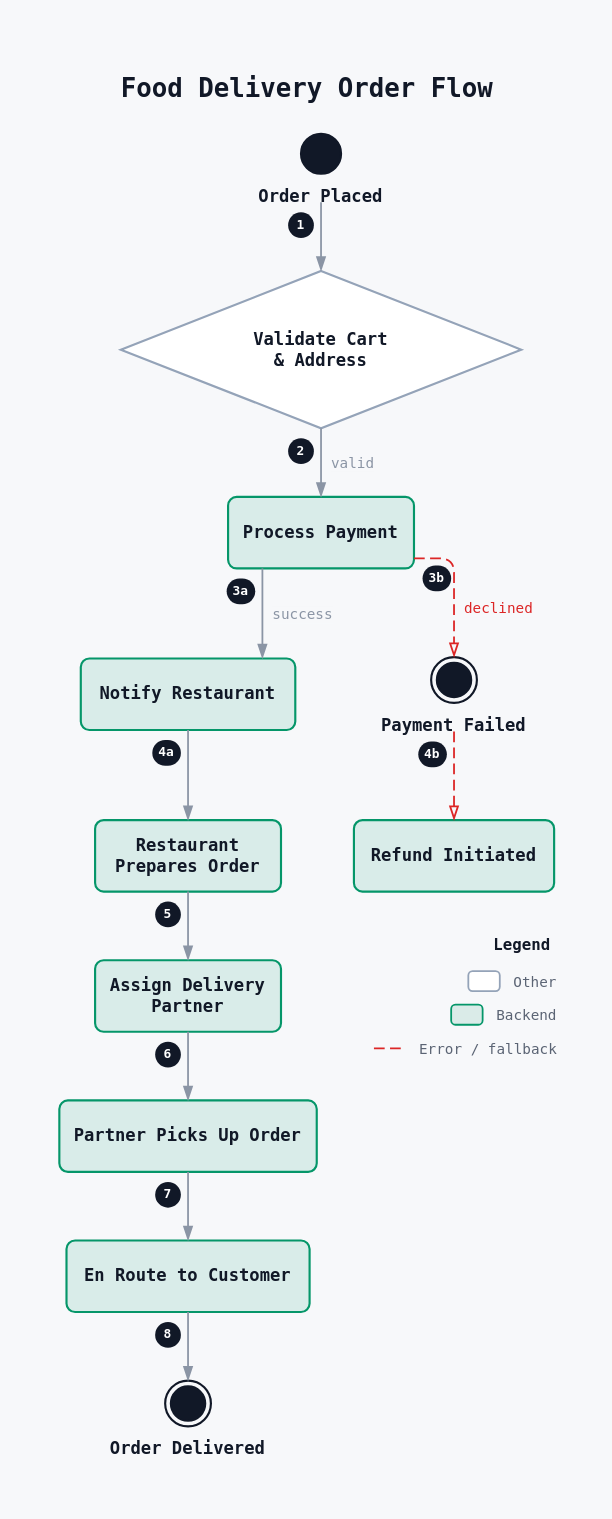
rg12301/rdg keeps this draw.io diagram as examples/swiggy_order_flow/swiggy_order_flow.drawio. Above is the earlier version. Source tidied: cells renumbered, new cells numbered last; positions are measured from the earlier drawing's top-left corner, leaving out a move shared by most shapes. Both pictures are drawn from the tidied source at 143%, with x=0, y=0 at pixel (24, 24).
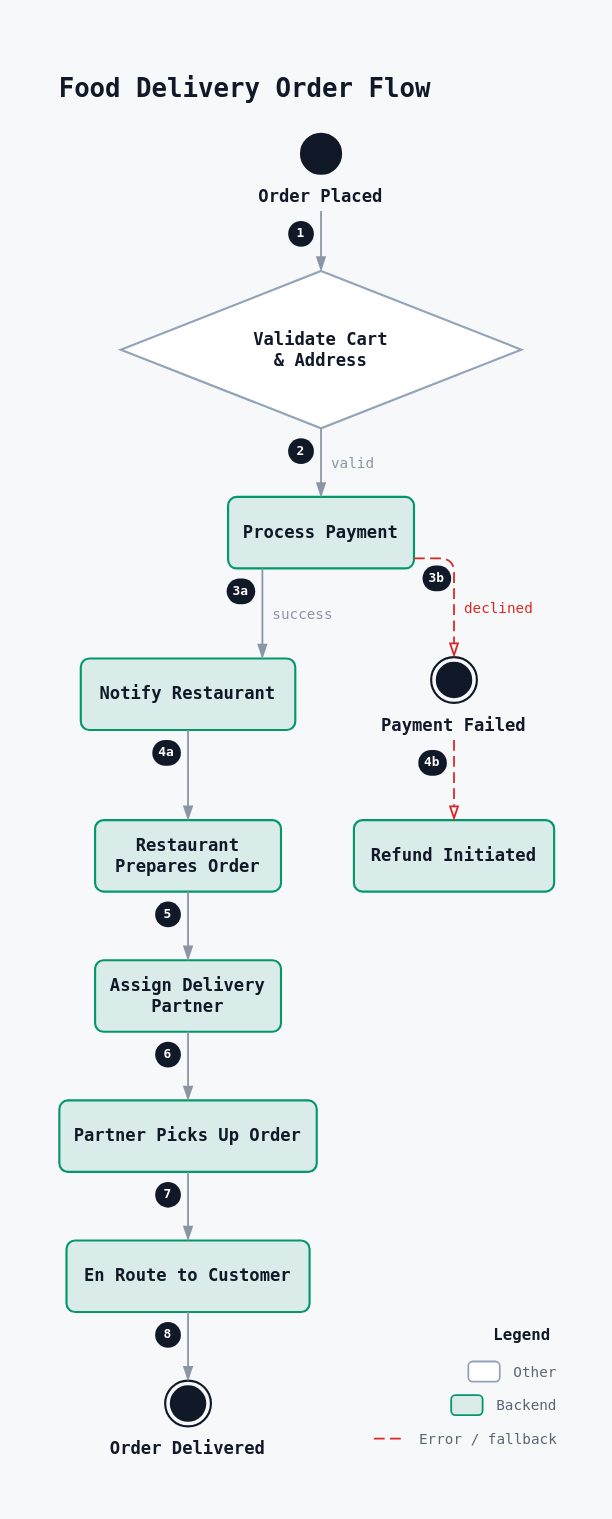
The same page after the edit.

Unchanged cells that the change refers to:
```xml
<mxCell id="4" value="&lt;b&gt;Order Placed&lt;/b&gt;" style="rounded=0;html=1;whiteSpace=wrap;fillColor=none;fillOpacity=100;strokeColor=none;strokeWidth=1.5;shadow=0;fontFamily=JetBrains Mono, ui-monospace, SFMono-Regular, Menlo, Consolas, monospace;fontSize=12;fontColor=#111827;fontStyle=0;align=center;verticalAlign=top;spacingTop=30;spacingBottom=0;spacingLeft=0;spacingRight=0;" parent="1" vertex="1">
  <mxGeometry x="159" y="76" width="96" height="48" as="geometry" />
</mxCell>
<mxCell id="6" value="&lt;b&gt;Validate Cart&lt;/b&gt;&lt;br/&gt;&lt;b&gt;&amp; Address&lt;/b&gt;" style="rhombus;html=1;whiteSpace=wrap;fillColor=#ffffff;fillOpacity=100;strokeColor=#94a3b8;strokeWidth=1.5;shadow=0;fontFamily=JetBrains Mono, ui-monospace, SFMono-Regular, Menlo, Consolas, monospace;fontSize=12;fontColor=#111827;fontStyle=0;align=center;verticalAlign=middle;spacingLeft=12;spacingRight=12;" parent="1" vertex="1">
  <mxGeometry x="67" y="172" width="280" height="110" as="geometry" />
</mxCell>
<mxCell id="15" value="&lt;b&gt;Payment Failed&lt;/b&gt;" style="rounded=0;html=1;whiteSpace=wrap;fillColor=none;fillOpacity=100;strokeColor=none;strokeWidth=1.5;shadow=0;fontFamily=JetBrains Mono, ui-monospace, SFMono-Regular, Menlo, Consolas, monospace;fontSize=12;fontColor=#111827;fontStyle=0;align=center;verticalAlign=top;spacingTop=34;spacingBottom=0;spacingLeft=0;spacingRight=0;" parent="1" vertex="1">
  <mxGeometry x="244" y="442" width="112" height="52" as="geometry" />
</mxCell>
<mxCell id="17" value="&lt;b&gt;Refund Initiated&lt;/b&gt;" style="rounded=1;absoluteArcSize=1;arcSize=12;html=1;whiteSpace=wrap;fillColor=#059669;fillOpacity=12;strokeColor=#059669;strokeWidth=1.5;shadow=0;fontFamily=JetBrains Mono, ui-monospace, SFMono-Regular, Menlo, Consolas, monospace;fontSize=12;fontColor=#111827;fontStyle=0;align=center;verticalAlign=middle;spacingTop=4;spacingBottom=4;spacingLeft=8;spacingRight=8;" parent="1" vertex="1">
  <mxGeometry x="230" y="556" width="140" height="50" as="geometry" />
</mxCell>
```

The edit, as a diff of the source:
```diff
@@
-    <mxCell id="3" value="&lt;b&gt;&lt;font style=&quot;font-size:18px;color:#111827;line-height:24px;&quot;&gt;Food Delivery Order Flow&lt;/font&gt;&lt;/b&gt;" style="text;html=1;strokeColor=none;fillColor=none;align=center;verticalAlign=top;rounded=0;whiteSpace=nowrap;spacing=0;fontFamily=JetBrains Mono, ui-monospace, SFMono-Regular, Menlo, Consolas, monospace;" parent="1" vertex="1">
-      <mxGeometry x="65" y="28" width="263.2" height="24.3" as="geometry" />
+    <mxCell id="3" value="&lt;b&gt;&lt;font style=&quot;font-size:18px;color:#111827;line-height:24px;&quot;&gt;Food Delivery Order Flow&lt;/font&gt;&lt;/b&gt;" style="text;html=1;strokeColor=none;fillColor=none;align=left;verticalAlign=top;rounded=0;whiteSpace=nowrap;spacing=0;fontFamily=JetBrains Mono, ui-monospace, SFMono-Regular, Menlo, Consolas, monospace;" parent="1" vertex="1">
+      <mxGeometry x="24" y="28" width="263.2" height="24.3" as="geometry" />
     </mxCell>
@@
     <mxCell id="18" value="1" style="rounded=1;arcSize=50;whiteSpace=wrap;html=1;fillColor=#111827;strokeColor=none;fontColor=#ffffff;fontSize=9;fontStyle=1;fontFamily=JetBrains Mono, ui-monospace, SFMono-Regular, Menlo, Consolas, monospace;spacing=0;" parent="1" vertex="1">
-      <mxGeometry x="184" y="131" width="18" height="18" as="geometry" />
+      <mxGeometry x="184" y="137" width="18" height="18" as="geometry" />
     </mxCell>
-    <mxCell id="19" style="exitX=0.50000;exitY=1.00000;exitDx=0;exitDy=0;exitPerimeter=0;entryX=0.50000;entryY=0.00000;entryDx=0;entryDy=0;entryPerimeter=0;edgeStyle=none;html=1;rounded=1;jumpStyle=arc;jumpSize=6;strokeColor=#8b95a5;strokeWidth=1.25;dashed=0;endArrow=blockThin;endFill=1;endSize=7;startArrow=none;labelBackgroundColor=#f7f8fa;labelBorderColor=none;fontFamily=JetBrains Mono, ui-monospace, SFMono-Regular, Menlo, Consolas, monospace;fontSize=10;fontColor=#8b95a5;" parent="1" edge="1" source="4" target="6">
+    <mxCell id="19" style="exitX=0.50000;exitY=1.12500;exitDx=0;exitDy=0;exitPerimeter=0;entryX=0.50000;entryY=0.00000;entryDx=0;entryDy=0;entryPerimeter=0;edgeStyle=none;html=1;rounded=1;jumpStyle=arc;jumpSize=6;strokeColor=#8b95a5;strokeWidth=1.25;dashed=0;endArrow=blockThin;endFill=1;endSize=7;startArrow=none;labelBackgroundColor=#f7f8fa;labelBorderColor=none;fontFamily=JetBrains Mono, ui-monospace, SFMono-Regular, Menlo, Consolas, monospace;fontSize=10;fontColor=#8b95a5;" parent="1" edge="1" source="4" target="6">
       <mxGeometry relative="1" as="geometry" />
     </mxCell>
@@
     <mxCell id="26" value="4b" style="rounded=1;arcSize=50;whiteSpace=wrap;html=1;fillColor=#111827;strokeColor=none;fontColor=#ffffff;fontSize=9;fontStyle=1;fontFamily=JetBrains Mono, ui-monospace, SFMono-Regular, Menlo, Consolas, monospace;spacing=0;" parent="1" vertex="1">
-      <mxGeometry x="275" y="501" width="20" height="18" as="geometry" />
+      <mxGeometry x="275" y="507" width="20" height="18" as="geometry" />
     </mxCell>
-    <mxCell id="27" style="exitX=0.50000;exitY=1.00000;exitDx=0;exitDy=0;exitPerimeter=0;entryX=0.50000;entryY=0.00000;entryDx=0;entryDy=0;entryPerimeter=0;edgeStyle=none;html=1;rounded=1;jumpStyle=arc;jumpSize=6;strokeColor=#dc2626;strokeWidth=1.25;dashed=1;dashPattern=6 3;endArrow=blockThin;endFill=0;endSize=7;startArrow=none;labelBackgroundColor=#f7f8fa;labelBorderColor=none;fontFamily=JetBrains Mono, ui-monospace, SFMono-Regular, Menlo, Consolas, monospace;fontSize=10;fontColor=#dc2626;" parent="1" edge="1" source="15" target="17">
+    <mxCell id="27" style="exitX=0.50000;exitY=1.11538;exitDx=0;exitDy=0;exitPerimeter=0;entryX=0.50000;entryY=0.00000;entryDx=0;entryDy=0;entryPerimeter=0;edgeStyle=none;html=1;rounded=1;jumpStyle=arc;jumpSize=6;strokeColor=#dc2626;strokeWidth=1.25;dashed=1;dashPattern=6 3;endArrow=blockThin;endFill=0;endSize=7;startArrow=none;labelBackgroundColor=#f7f8fa;labelBorderColor=none;fontFamily=JetBrains Mono, ui-monospace, SFMono-Regular, Menlo, Consolas, monospace;fontSize=10;fontColor=#dc2626;" parent="1" edge="1" source="15" target="17">
       <mxGeometry relative="1" as="geometry" />
     </mxCell>
@@
     <mxCell id="38" value="Legend" style="text;html=1;strokeColor=none;fillColor=none;align=left;verticalAlign=middle;whiteSpace=nowrap;fontFamily=JetBrains Mono, ui-monospace, SFMono-Regular, Menlo, Consolas, monospace;fontSize=11;fontColor=#111827;fontStyle=1;" parent="1" vertex="1">
-      <mxGeometry x="326.4" y="636" width="43.6" height="14.9" as="geometry" />
+      <mxGeometry x="326.4" y="909" width="43.6" height="14.9" as="geometry" />
     </mxCell>
     <mxCell id="39" style="rounded=1;absoluteArcSize=1;arcSize=6;fillColor=#ffffff;fillOpacity=100;strokeColor=#94a3b8;strokeWidth=1.25;" parent="1" vertex="1">
-      <mxGeometry x="310" y="661.6" width="22" height="14" as="geometry" />
+      <mxGeometry x="310" y="934.6" width="22" height="14" as="geometry" />
     </mxCell>
     <mxCell id="40" value="Other" style="text;html=1;strokeColor=none;fillColor=none;align=left;verticalAlign=middle;whiteSpace=nowrap;fontFamily=JetBrains Mono, ui-monospace, SFMono-Regular, Menlo, Consolas, monospace;fontSize=10;fontColor=#5b6474;fontStyle=0;" parent="1" vertex="1">
-      <mxGeometry x="340" y="656.9" width="50" height="23.5" as="geometry" />
+      <mxGeometry x="340" y="929.9" width="50" height="23.5" as="geometry" />
     </mxCell>
     <mxCell id="41" style="rounded=1;absoluteArcSize=1;arcSize=6;fillColor=#059669;fillOpacity=12;strokeColor=#059669;strokeWidth=1.25;" parent="1" vertex="1">
-      <mxGeometry x="298" y="685.1" width="22" height="14" as="geometry" />
+      <mxGeometry x="298" y="958.1" width="22" height="14" as="geometry" />
     </mxCell>
     <mxCell id="42" value="Backend" style="text;html=1;strokeColor=none;fillColor=none;align=left;verticalAlign=middle;whiteSpace=nowrap;fontFamily=JetBrains Mono, ui-monospace, SFMono-Regular, Menlo, Consolas, monospace;fontSize=10;fontColor=#5b6474;fontStyle=0;" parent="1" vertex="1">
-      <mxGeometry x="328" y="680.4" width="62" height="23.5" as="geometry" />
+      <mxGeometry x="328" y="953.4" width="62" height="23.5" as="geometry" />
     </mxCell>
     <mxCell id="43" style="endArrow=none;html=1;strokeColor=#dc2626;strokeWidth=1.25;dashed=1;dashPattern=6 3;" parent="1" edge="1">
       <mxGeometry relative="1" as="geometry">
-        <mxPoint x="244" y="715.6" as="sourcePoint" />
-        <mxPoint x="266" y="715.6" as="targetPoint" />
+        <mxPoint x="244" y="988.6" as="sourcePoint" />
+        <mxPoint x="266" y="988.6" as="targetPoint" />
       </mxGeometry>
     </mxCell>
     <mxCell id="44" value="Error / fallback" style="text;html=1;strokeColor=none;fillColor=none;align=left;verticalAlign=middle;whiteSpace=nowrap;fontFamily=JetBrains Mono, ui-monospace, SFMono-Regular, Menlo, Consolas, monospace;fontSize=10;fontColor=#5b6474;fontStyle=0;" parent="1" vertex="1">
-      <mxGeometry x="274" y="703.9" width="116" height="23.5" as="geometry" />
+      <mxGeometry x="274" y="976.9" width="116" height="23.5" as="geometry" />
     </mxCell>
```
